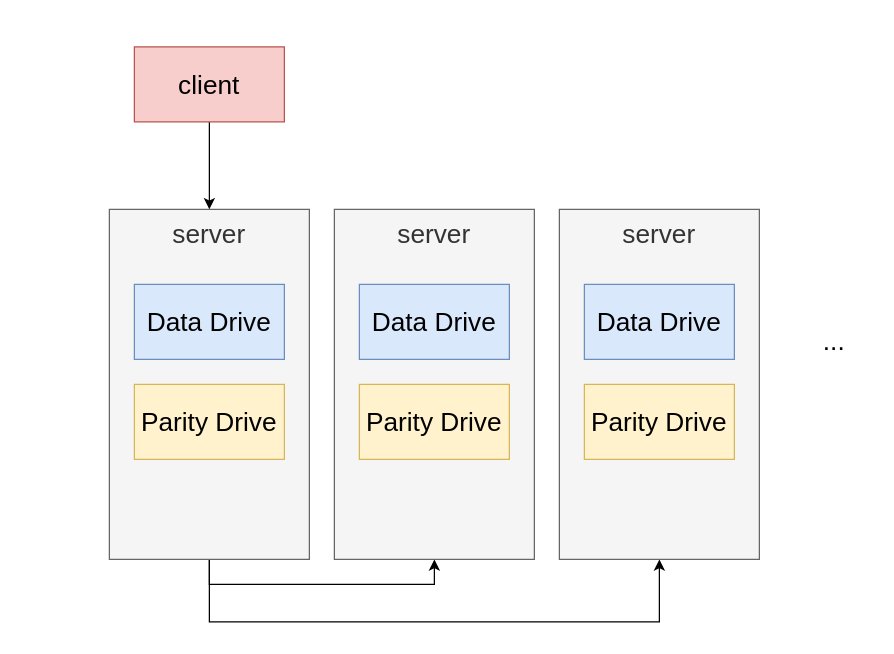
Earlier version of the draw.io diagram Minio.drawio (NeXT726/drawIO). Source tidied: cells renumbered, new cells numbered last; positions are measured from the earlier drawing's top-left corner, leaving out a move shared by most shapes. Both pictures are drawn from the tidied source at 125%, with x=0, y=0 at pixel (109, 46).
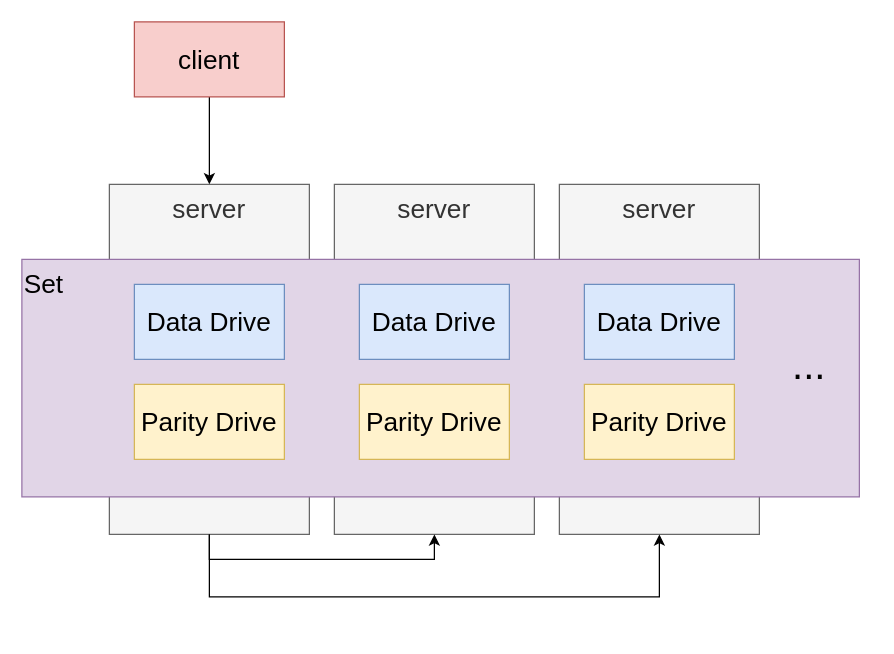
The same page after the edit.

Diff of the diagram source:
```diff
@@
 <mxGraphModel>
   <root>
     <mxCell id="0" />
     <mxCell id="1" parent="0" />
+    <mxCell id="4" value="server" style="rounded=0;whiteSpace=wrap;html=1;align=center;verticalAlign=top;fontSize=21;fillColor=#f5f5f5;fontColor=#333333;strokeColor=#666666;" parent="1" vertex="1">
+      <mxGeometry y="110" width="160" height="280" as="geometry" />
+    </mxCell>
+    <mxCell id="8" value="server" style="rounded=0;whiteSpace=wrap;html=1;align=center;verticalAlign=top;fontSize=21;fillColor=#f5f5f5;fontColor=#333333;strokeColor=#666666;" parent="1" vertex="1">
+      <mxGeometry x="180" y="110" width="160" height="280" as="geometry" />
+    </mxCell>
+    <mxCell id="11" value="server" style="rounded=0;whiteSpace=wrap;html=1;align=center;verticalAlign=top;fontSize=21;fillColor=#f5f5f5;fontColor=#333333;strokeColor=#666666;" parent="1" vertex="1">
+      <mxGeometry x="360" y="110" width="160" height="280" as="geometry" />
+    </mxCell>
+    <mxCell id="16" value="Set" style="rounded=0;whiteSpace=wrap;html=1;fontSize=21;fillColor=#e1d5e7;strokeColor=#9673a6;align=left;verticalAlign=top;" parent="1" vertex="1">
+      <mxGeometry x="-70" y="170" width="670" height="190" as="geometry" />
+    </mxCell>
     <mxCell id="2" style="edgeStyle=orthogonalEdgeStyle;rounded=0;jettySize=auto;html=1;exitX=0.5;exitY=1;exitDx=0;exitDy=0;entryX=0.5;entryY=1;entryDx=0;entryDy=0;fontSize=21;" parent="1" edge="1" source="4" target="8">
       <mxGeometry relative="1" as="geometry" />
     </mxCell>
     <mxCell id="3" style="edgeStyle=orthogonalEdgeStyle;rounded=0;jettySize=auto;html=1;exitX=0.5;exitY=1;exitDx=0;exitDy=0;entryX=0.5;entryY=1;entryDx=0;entryDy=0;fontSize=21;" parent="1" edge="1" source="4" target="11">
       <mxGeometry relative="1" as="geometry">
         <Array as="points">
-          <mxPoint x="80" y="460" />
-          <mxPoint x="440" y="460" />
+          <mxPoint x="80" y="440" />
+          <mxPoint x="440" y="440" />
         </Array>
       </mxGeometry>
     </mxCell>
-    <mxCell id="4" value="server" style="rounded=0;whiteSpace=wrap;html=1;align=center;verticalAlign=top;fontSize=21;fillColor=#f5f5f5;fontColor=#333333;strokeColor=#666666;" parent="1" vertex="1">
-      <mxGeometry y="130" width="160" height="280" as="geometry" />
-    </mxCell>
     <mxCell id="5" value="Data Drive" style="rounded=0;whiteSpace=wrap;html=1;fillColor=#dae8fc;strokeColor=#6c8ebf;fontSize=21;" parent="1" vertex="1">
       <mxGeometry x="20" y="190" width="120" height="60" as="geometry" />
     </mxCell>
     <mxCell id="6" value="Parity&amp;nbsp;Drive" style="rounded=0;whiteSpace=wrap;html=1;fillColor=#fff2cc;strokeColor=#d6b656;fontSize=21;" parent="1" vertex="1">
       <mxGeometry x="20" y="270" width="120" height="60" as="geometry" />
     </mxCell>
-    <mxCell id="7" value="..." style="text;html=1;strokeColor=none;fillColor=none;align=center;verticalAlign=middle;whiteSpace=wrap;rounded=0;fontSize=21;" parent="1" vertex="1">
-      <mxGeometry x="550" y="220" width="60" height="30" as="geometry" />
+    <mxCell id="7" value="..." style="text;html=1;strokeColor=none;fillColor=none;align=center;verticalAlign=middle;whiteSpace=wrap;rounded=0;fontSize=32;" parent="1" vertex="1">
+      <mxGeometry x="530" y="240" width="60" height="30" as="geometry" />
     </mxCell>
-    <mxCell id="8" value="server" style="rounded=0;whiteSpace=wrap;html=1;align=center;verticalAlign=top;fontSize=21;fillColor=#f5f5f5;fontColor=#333333;strokeColor=#666666;" parent="1" vertex="1">
-      <mxGeometry x="180" y="130" width="160" height="280" as="geometry" />
-    </mxCell>
     <mxCell id="9" value="Data Drive" style="rounded=0;whiteSpace=wrap;html=1;fillColor=#dae8fc;strokeColor=#6c8ebf;fontSize=21;" parent="1" vertex="1">
       <mxGeometry x="200" y="190" width="120" height="60" as="geometry" />
     </mxCell>
     <mxCell id="10" value="Parity&amp;nbsp;Drive" style="rounded=0;whiteSpace=wrap;html=1;fillColor=#fff2cc;strokeColor=#d6b656;fontSize=21;" parent="1" vertex="1">
       <mxGeometry x="200" y="270" width="120" height="60" as="geometry" />
     </mxCell>
-    <mxCell id="11" value="server" style="rounded=0;whiteSpace=wrap;html=1;align=center;verticalAlign=top;fontSize=21;fillColor=#f5f5f5;fontColor=#333333;strokeColor=#666666;" parent="1" vertex="1">
-      <mxGeometry x="360" y="130" width="160" height="280" as="geometry" />
-    </mxCell>
     <mxCell id="12" value="Data Drive" style="rounded=0;whiteSpace=wrap;html=1;fillColor=#dae8fc;strokeColor=#6c8ebf;fontSize=21;" parent="1" vertex="1">
       <mxGeometry x="380" y="190" width="120" height="60" as="geometry" />
     </mxCell>
     <mxCell id="13" value="Parity&amp;nbsp;Drive" style="rounded=0;whiteSpace=wrap;html=1;fillColor=#fff2cc;strokeColor=#d6b656;fontSize=21;" parent="1" vertex="1">
       <mxGeometry x="380" y="270" width="120" height="60" as="geometry" />
     </mxCell>
     <mxCell id="14" style="edgeStyle=orthogonalEdgeStyle;rounded=0;jettySize=auto;html=1;exitX=0.5;exitY=1;exitDx=0;exitDy=0;entryX=0.5;entryY=0;entryDx=0;entryDy=0;fontSize=21;" parent="1" edge="1" source="15" target="4">
       <mxGeometry relative="1" as="geometry" />
     </mxCell>
     <mxCell id="15" value="&lt;font style=&quot;font-size: 21px;&quot;&gt;client&lt;/font&gt;" style="rounded=0;whiteSpace=wrap;html=1;fontSize=21;verticalAlign=middle;fillColor=#f8cecc;strokeColor=#b85450;" parent="1" vertex="1">
-      <mxGeometry x="20" width="120" height="60" as="geometry" />
+      <mxGeometry x="20" y="-20" width="120" height="60" as="geometry" />
     </mxCell>
   </root>
 </mxGraphModel>
```
